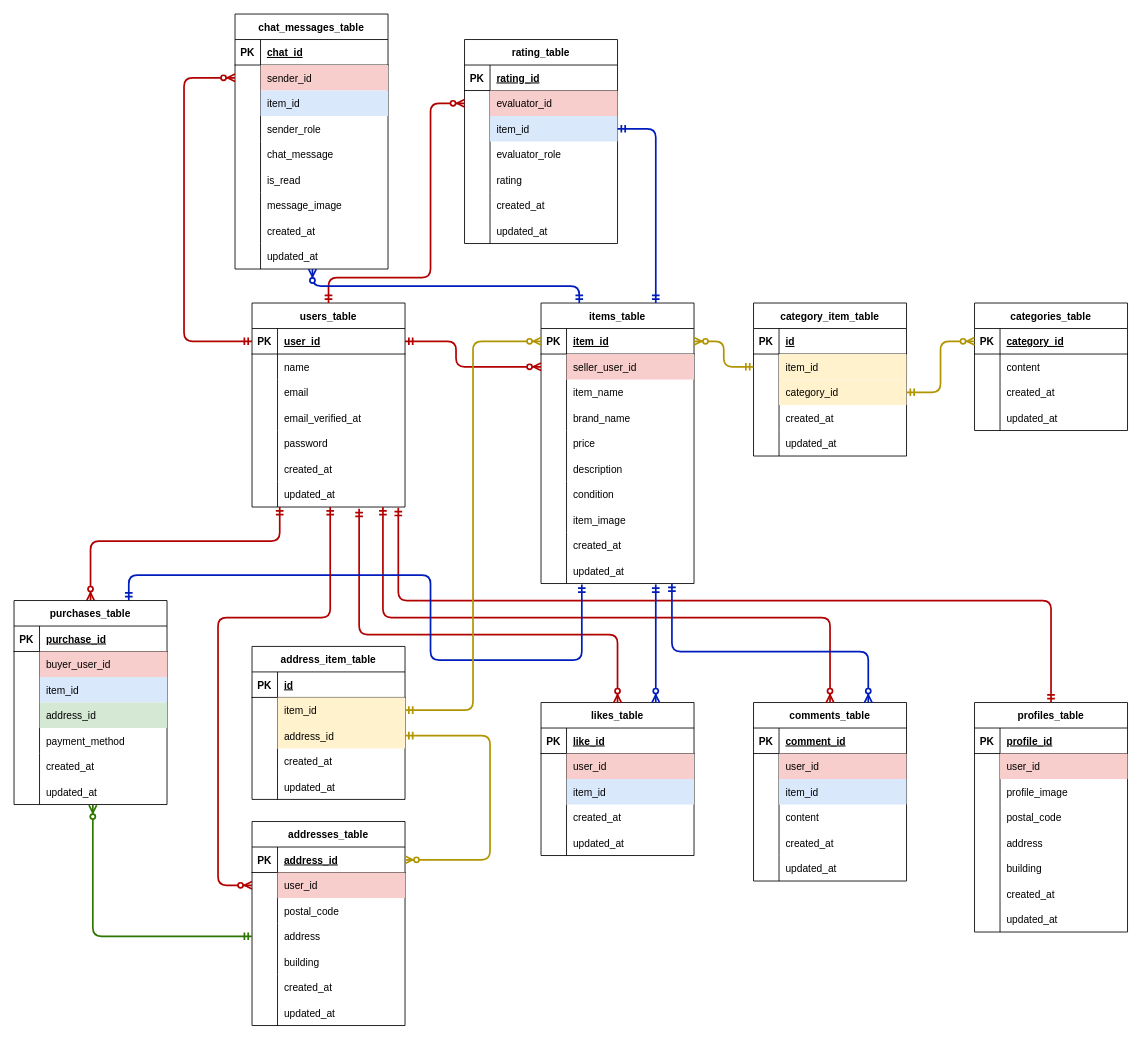
risamatsumoto1104/pro-test keeps this draw.io diagram as er.drawio. Above is the earlier version. Source tidied: cells renumbered, new cells numbered last; positions are measured from the earlier drawing's top-left corner, leaving out a move shared by most shapes. Both pictures are drawn from the tidied source at 85%, with x=0, y=0 at pixel (14, 14).
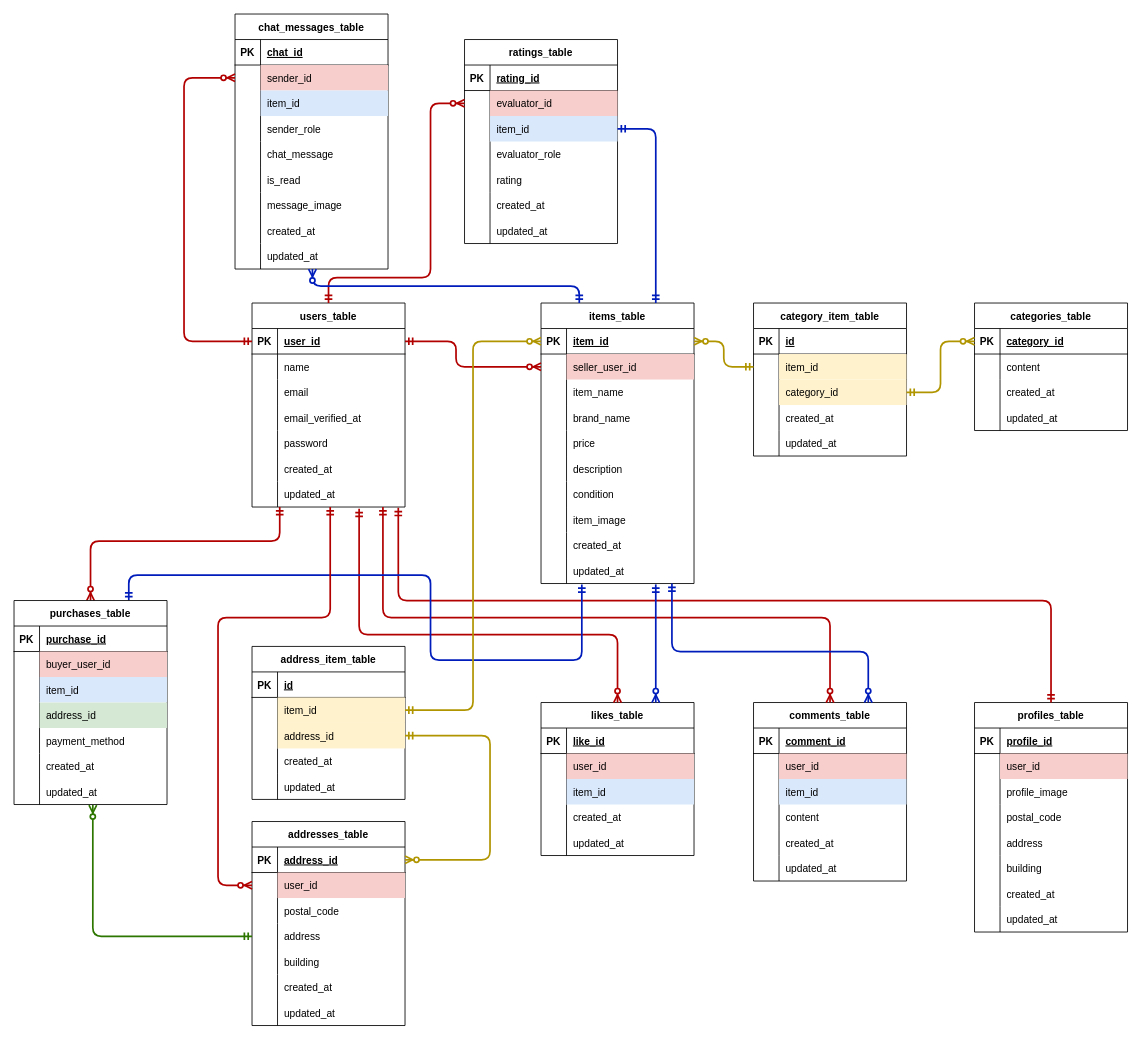
Above is the later version.

Diff of the diagram source:
```diff
@@
-    <mxCell id="247" value="rating_table" style="shape=table;startSize=30;childLayout=tableLayout;rowLines=0;fontStyle=1;align=center;" parent="1" vertex="1">
+    <mxCell id="247" value="ratings_table" style="shape=table;startSize=30;childLayout=tableLayout;rowLines=0;fontStyle=1;align=center;" parent="1" vertex="1">
       <mxGeometry x="530" y="30" width="180" height="240" as="geometry" />
     </mxCell>
```
